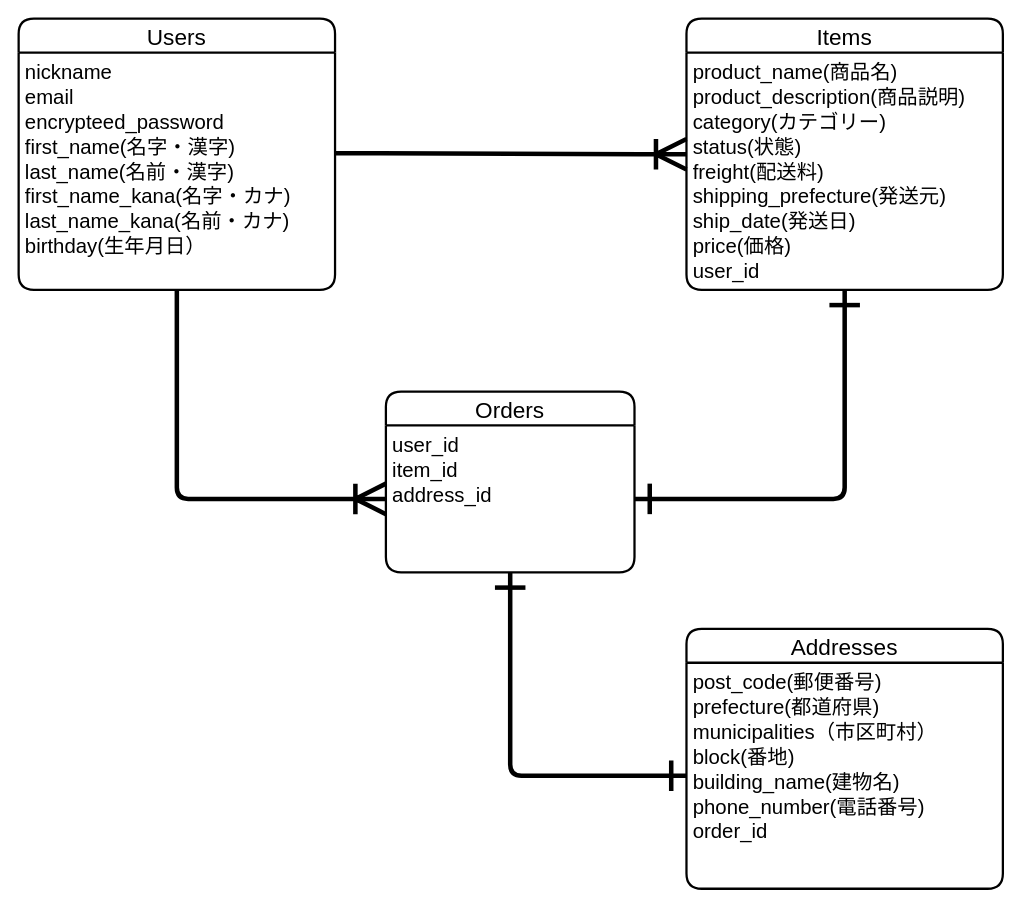
The draw.io diagram .dio in randy1105/furima-38348, before the edit. Source tidied: cells renumbered, new cells numbered last; positions are measured from the earlier drawing's top-left corner, leaving out a move shared by most shapes. Both pictures are drawn from the tidied source at 113%, with x=0, y=0 at pixel (18, 18).
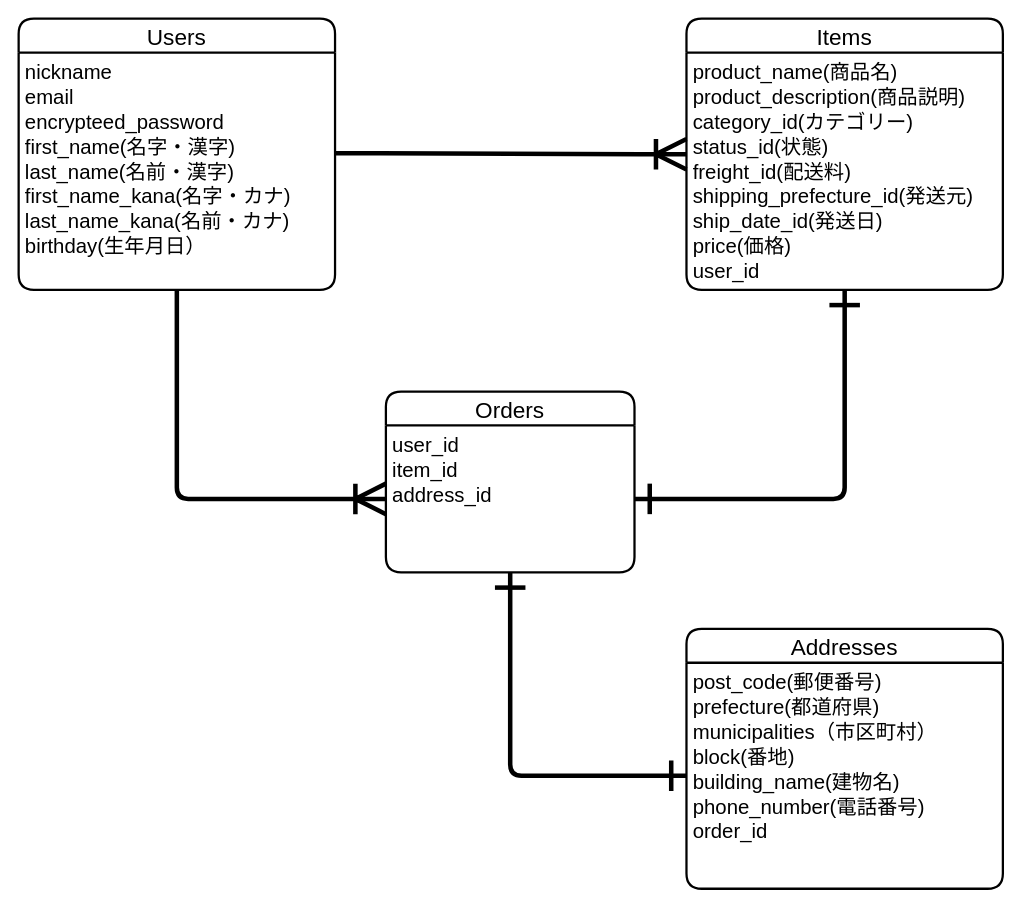
Above is the later version.

Commit message (it also covers changes not shown here):
データベース設計の再設計

Diff of the diagram source:
```diff
@@
 <mxGraphModel>
   <root>
     <mxCell id="0" />
     <mxCell id="1" parent="0" />
     <mxCell id="2" value="Users" style="swimlane;horizontal=1;startSize=30;rounded=1;fontSize=20;fontStyle=0;strokeWidth=2;shadow=0;dashed=0;align=center;" parent="1" vertex="1">
       <mxGeometry width="280" height="240" as="geometry" />
     </mxCell>
     <mxCell id="3" value="nickname&#10;email&#10;encrypteed_password&#10;first_name(名字・漢字)&#10;last_name(名前・漢字)&#10;first_name_kana(名字・カナ)&#10;last_name_kana(名前・カナ)&#10;birthday(生年月日）&#10;" style="align=left;strokeColor=none;fillColor=none;spacingLeft=4;fontSize=18;verticalAlign=top;" parent="2" vertex="1">
       <mxGeometry y="30" width="280" height="210" as="geometry" />
     </mxCell>
     <mxCell id="4" value="Items" style="swimlane;horizontal=1;startSize=30;rounded=1;fontSize=20;fontStyle=0;strokeWidth=2;shadow=0;dashed=0;align=center;" parent="1" vertex="1">
       <mxGeometry x="591" width="280" height="240" as="geometry" />
     </mxCell>
-    <mxCell id="5" value="product_name(商品名)&#10;product_description(商品説明)&#10;category(カテゴリー)&#10;status(状態)&#10;freight(配送料)&#10;shipping_prefecture(発送元)&#10;ship_date(発送日)&#10;price(価格)&#10;user_id" style="align=left;strokeColor=none;fillColor=none;spacingLeft=4;fontSize=18;verticalAlign=top;" parent="4" vertex="1">
+    <mxCell id="5" value="product_name(商品名)&#10;product_description(商品説明)&#10;category_id(カテゴリー)&#10;status_id(状態)&#10;freight_id(配送料)&#10;shipping_prefecture_id(発送元)&#10;ship_date_id(発送日)&#10;price(価格)&#10;user_id" style="align=left;strokeColor=none;fillColor=none;spacingLeft=4;fontSize=18;verticalAlign=top;" parent="4" vertex="1">
       <mxGeometry y="30" width="280" height="210" as="geometry" />
     </mxCell>
     <mxCell id="6" style="edgeStyle=entityRelationEdgeStyle;fontSize=12;html=1;endArrow=ERoneToMany;entryX=0;entryY=0.5;entryDx=0;entryDy=0;jumpSize=17;strokeWidth=4;endSize=22;exitX=1;exitY=0.424;exitDx=0;exitDy=0;exitPerimeter=0;" parent="1" edge="1" source="3" target="4">
       <mxGeometry relative="1" as="geometry" />
     </mxCell>
     <mxCell id="7" style="edgeStyle=orthogonalEdgeStyle;fontSize=12;html=1;endArrow=ERone;startArrow=ERone;startSize=22;endSize=22;strokeWidth=4;jumpSize=17;startFill=0;endFill=0;entryX=0;entryY=0.5;entryDx=0;entryDy=0;exitX=0.5;exitY=1;exitDx=0;exitDy=0;" parent="1" edge="1" source="10" target="9">
       <mxGeometry relative="1" as="geometry" />
     </mxCell>
     <mxCell id="8" value="Addresses" style="swimlane;horizontal=1;startSize=30;rounded=1;fontSize=20;fontStyle=0;strokeWidth=2;shadow=0;dashed=0;align=center;" parent="1" vertex="1">
       <mxGeometry x="591" y="540" width="280" height="230" as="geometry" />
     </mxCell>
     <mxCell id="9" value="post_code(郵便番号)&#10;prefecture(都道府県)&#10;municipalities（市区町村）&#10;block(番地)&#10;building_name(建物名)&#10;phone_number(電話番号)&#10;order_id" style="align=left;strokeColor=none;fillColor=none;spacingLeft=4;fontSize=18;verticalAlign=top;" parent="8" vertex="1">
       <mxGeometry y="30" width="280" height="200" as="geometry" />
     </mxCell>
     <mxCell id="10" value="Orders" style="swimlane;horizontal=1;startSize=30;rounded=1;fontSize=20;fontStyle=0;strokeWidth=2;shadow=0;dashed=0;align=center;" parent="1" vertex="1">
       <mxGeometry x="325" y="330" width="220" height="160" as="geometry" />
     </mxCell>
     <mxCell id="11" value="user_id&#10;item_id&#10;address_id" style="align=left;strokeColor=none;fillColor=none;spacingLeft=4;fontSize=18;verticalAlign=top;" parent="10" vertex="1">
       <mxGeometry y="30" width="220" height="130" as="geometry" />
     </mxCell>
     <mxCell id="12" style="edgeStyle=orthogonalEdgeStyle;fontSize=12;html=1;endArrow=ERoneToMany;startSize=22;endSize=22;strokeWidth=4;jumpSize=17;entryX=0;entryY=0.5;entryDx=0;entryDy=0;exitX=0.5;exitY=1;exitDx=0;exitDy=0;" parent="1" edge="1" source="3" target="11">
       <mxGeometry relative="1" as="geometry">
         <Array as="points">
           <mxPoint x="140" y="425" />
         </Array>
       </mxGeometry>
     </mxCell>
     <mxCell id="13" style="edgeStyle=orthogonalEdgeStyle;fontSize=12;html=1;endArrow=ERone;startArrow=ERone;startSize=22;endSize=22;strokeWidth=4;jumpSize=17;startFill=0;endFill=0;exitX=1;exitY=0.5;exitDx=0;exitDy=0;entryX=0.5;entryY=1;entryDx=0;entryDy=0;" parent="1" edge="1" source="11" target="4">
       <mxGeometry relative="1" as="geometry" />
     </mxCell>
   </root>
 </mxGraphModel>
```
